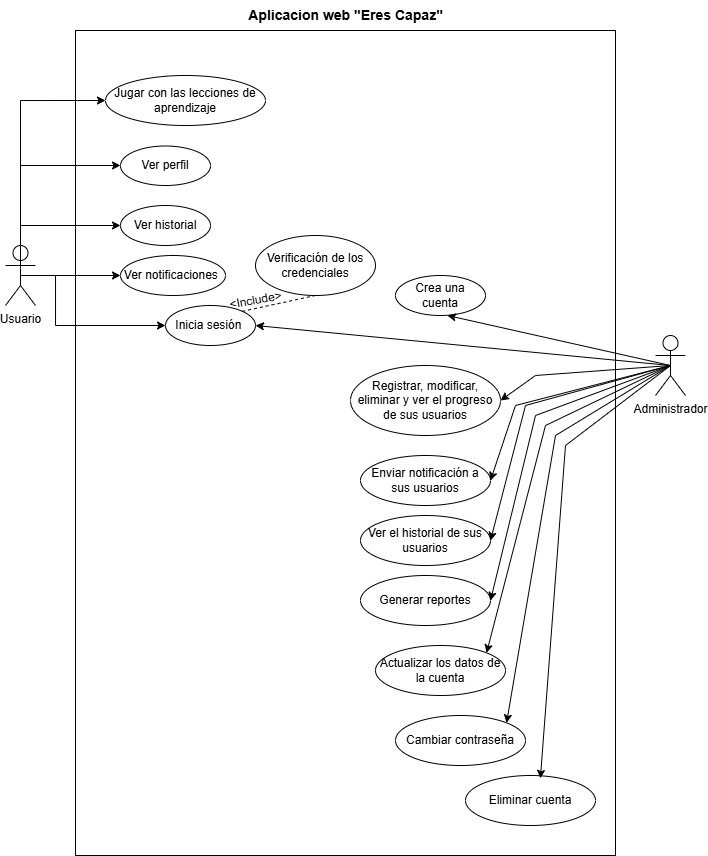
Above: docs/Diagrama de casos de uso.png in YaneriPerdomo/spaceN (draw.io), before the change. Source tidied: cells renumbered, new cells last; positions are measured from the earlier drawing's top-left corner, leaving out a move shared by most shapes.
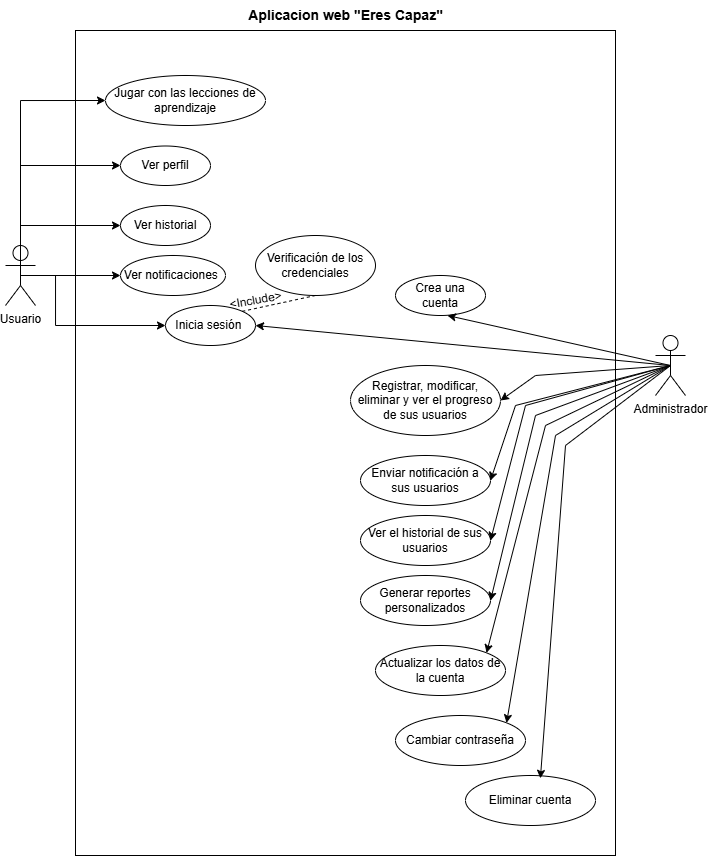
After the commit.

Change to the diagram source:
```diff
@@ -79,7 +79,7 @@
     <mxCell id="21" value="Registrar, modificar, eliminar y ver el progreso de sus usuarios" style="ellipse;whiteSpace=wrap;html=1;" parent="1" vertex="1">
       <mxGeometry x="345" y="365" width="150" height="70" as="geometry" />
     </mxCell>
-    <mxCell id="22" value="Generar reportes" style="ellipse;whiteSpace=wrap;html=1;" parent="1" vertex="1">
+    <mxCell id="22" value="Generar reportes&lt;div&gt;personalizados&lt;/div&gt;" style="ellipse;whiteSpace=wrap;html=1;" parent="1" vertex="1">
       <mxGeometry x="355" y="575" width="130" height="50" as="geometry" />
     </mxCell>
     <mxCell id="23" value="Ver el historial de sus usuarios" style="ellipse;whiteSpace=wrap;html=1;" parent="1" vertex="1">
```
